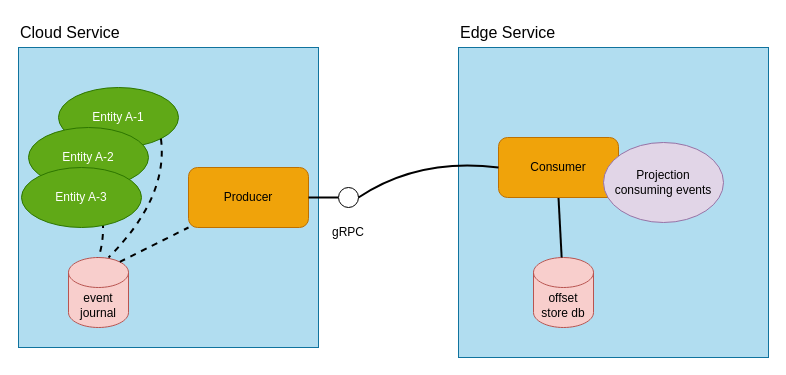
akka/akka-projection keeps this draw.io diagram as akka-edge-docs/src/main/paradox/images/edge-consumer.drawio. Above is the earlier version. Source tidied: cells renumbered, new cells numbered last; positions are measured from the earlier drawing's top-left corner, leaving out a move shared by most shapes. Both pictures are drawn from the tidied source at 100%, with x=0, y=0 at pixel (18, 17).
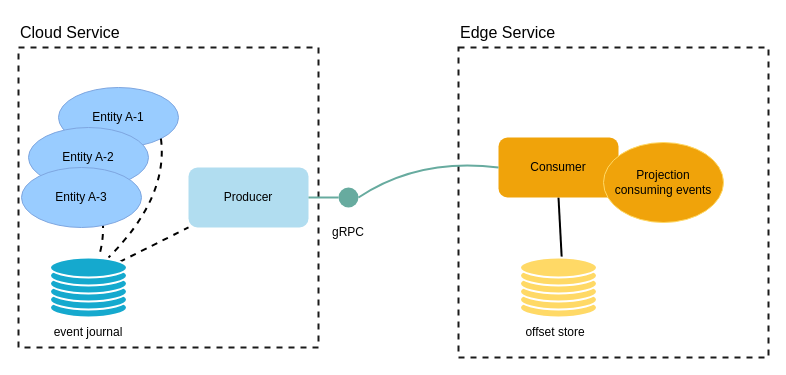
After the change.

What changed in the source:
```diff
@@
-    <mxCell id="2" style="whiteSpace=wrap;html=1;fillColor=#b1ddf0;strokeColor=#10739e;" parent="1" vertex="1">
-      <mxGeometry x="440" y="30" width="310" height="310" as="geometry" />
-    </mxCell>
-    <mxCell id="3" style="whiteSpace=wrap;html=1;fillColor=#b1ddf0;strokeColor=#10739e;" parent="1" vertex="1">
-      <mxGeometry y="30" width="300" height="300" as="geometry" />
-    </mxCell>
-    <mxCell id="4" value="offset store db" style="shape=cylinder3;whiteSpace=wrap;html=1;boundedLbl=1;backgroundOutline=1;size=15;fillColor=#f8cecc;strokeColor=#b85450;" parent="1" vertex="1">
-      <mxGeometry x="515" y="240" width="60" height="70" as="geometry" />
-    </mxCell>
-    <mxCell id="5" value="event journal" style="shape=cylinder3;whiteSpace=wrap;html=1;boundedLbl=1;backgroundOutline=1;size=15;fillColor=#f8cecc;strokeColor=#b85450;" parent="1" vertex="1">
-      <mxGeometry x="50" y="240" width="60" height="70" as="geometry" />
-    </mxCell>
+    <mxCell id="22" style="whiteSpace=wrap;html=1;fillColor=#FFFFFF;strokeColor=#1A1A1A;dashed=1;strokeWidth=2;" parent="1" vertex="1">
+      <mxGeometry x="440" y="30" width="310" height="310" as="geometry" />
+    </mxCell>
+    <mxCell id="23" style="whiteSpace=wrap;html=1;fillColor=#FFFFFF;strokeColor=#1A1A1A;dashed=1;strokeWidth=2;" parent="1" vertex="1">
+      <mxGeometry y="30" width="300" height="300" as="geometry" />
+    </mxCell>
-    <mxCell id="6" value="Producer" style="rounded=1;whiteSpace=wrap;html=1;fillColor=#f0a30a;fontColor=#000000;strokeColor=#BD7000;" parent="1" vertex="1">
+    <mxCell id="6" value="Producer" style="rounded=1;whiteSpace=wrap;html=1;fillColor=#b1ddf0;strokeColor=none;" parent="1" vertex="1">
       <mxGeometry x="170" y="150" width="120" height="60" as="geometry" />
     </mxCell>
-    <mxCell id="7" value="Entity A-1" style="ellipse;whiteSpace=wrap;html=1;fillColor=#60a917;strokeColor=#2D7600;fontColor=#ffffff;" parent="1" vertex="1">
+    <mxCell id="7" value="Entity A-1" style="ellipse;whiteSpace=wrap;html=1;fillColor=#99CCFF;strokeColor=#7EA6E0;fontColor=#000000;" parent="1" vertex="1">
       <mxGeometry x="40" y="70" width="120" height="60" as="geometry" />
     </mxCell>
-    <mxCell id="8" value="Entity A-2" style="ellipse;whiteSpace=wrap;html=1;fillColor=#60a917;strokeColor=#2D7600;fontColor=#ffffff;" parent="1" vertex="1">
+    <mxCell id="8" value="Entity A-2" style="ellipse;whiteSpace=wrap;html=1;fillColor=#99CCFF;strokeColor=#7EA6E0;fontColor=#000000;" parent="1" vertex="1">
       <mxGeometry x="10" y="110" width="120" height="60" as="geometry" />
     </mxCell>
-    <mxCell id="9" style="endArrow=none;html=1;exitX=0.567;exitY=0.983;exitDx=0;exitDy=0;exitPerimeter=0;entryX=0.5;entryY=0;entryDx=0;entryDy=0;entryPerimeter=0;strokeWidth=2;endFill=0;jumpStyle=none;strokeColor=default;dashed=1;curved=1;" parent="1" edge="1" source="8" target="5">
-      <mxGeometry relative="1" as="geometry">
-        <Array as="points">
-          <mxPoint x="90" y="210" />
-        </Array>
-      </mxGeometry>
-    </mxCell>
-    <mxCell id="10" style="endArrow=none;html=1;exitX=1;exitY=1;exitDx=0;exitDy=0;strokeWidth=2;endFill=0;dashed=1;curved=1;" parent="1" edge="1" source="7">
-      <mxGeometry relative="1" as="geometry">
-        <mxPoint x="90" y="240" as="targetPoint" />
-        <Array as="points">
-          <mxPoint x="150" y="180" />
-        </Array>
-      </mxGeometry>
-    </mxCell>
-    <mxCell id="11" style="endArrow=none;html=1;exitX=0.855;exitY=0;exitDx=0;exitDy=4.35;strokeWidth=2;endFill=0;exitPerimeter=0;curved=1;dashed=1;" parent="1" edge="1" source="5" target="6">
-      <mxGeometry relative="1" as="geometry" />
-    </mxCell>
-    <mxCell id="12" style="rounded=0;jettySize=auto;html=1;exitX=0.5;exitY=1;exitDx=0;exitDy=0;endArrow=none;endFill=0;strokeWidth=2;" parent="1" edge="1" source="13" target="4">
-      <mxGeometry relative="1" as="geometry" />
-    </mxCell>
+    <mxCell id="24" style="endArrow=none;html=1;exitX=0.567;exitY=0.983;exitDx=0;exitDy=0;exitPerimeter=0;entryX=0.5;entryY=0;entryDx=0;entryDy=0;entryPerimeter=0;strokeWidth=2;endFill=0;jumpStyle=none;strokeColor=default;dashed=1;curved=1;" parent="1" edge="1" source="8">
+      <mxGeometry relative="1" as="geometry">
+        <mxPoint x="80" y="240" as="targetPoint" />
+        <Array as="points">
+          <mxPoint x="90" y="210" />
+        </Array>
+      </mxGeometry>
+    </mxCell>
+    <mxCell id="25" style="endArrow=none;html=1;exitX=1;exitY=1;exitDx=0;exitDy=0;strokeWidth=2;endFill=0;dashed=1;curved=1;" parent="1" edge="1" source="7">
+      <mxGeometry relative="1" as="geometry">
+        <mxPoint x="90" y="240" as="targetPoint" />
+        <Array as="points">
+          <mxPoint x="150" y="180" />
+        </Array>
+      </mxGeometry>
+    </mxCell>
+    <mxCell id="26" style="endArrow=none;html=1;exitX=0.855;exitY=0;exitDx=0;exitDy=4.35;strokeWidth=2;endFill=0;exitPerimeter=0;curved=1;dashed=1;" parent="1" edge="1" target="6">
+      <mxGeometry relative="1" as="geometry">
+        <mxPoint x="101.3" y="244.3" as="sourcePoint" />
+      </mxGeometry>
+    </mxCell>
+    <mxCell id="27" style="rounded=0;jettySize=auto;html=1;exitX=0.5;exitY=1;exitDx=0;exitDy=0;endArrow=none;endFill=0;strokeWidth=2;" parent="1" edge="1" source="13">
+      <mxGeometry relative="1" as="geometry">
+        <mxPoint x="543.2" y="240" as="targetPoint" />
+      </mxGeometry>
+    </mxCell>
-    <mxCell id="13" value="Consumer" style="rounded=1;whiteSpace=wrap;html=1;fillColor=#f0a30a;fontColor=#000000;strokeColor=#BD7000;" parent="1" vertex="1">
+    <mxCell id="13" value="Consumer" style="rounded=1;whiteSpace=wrap;html=1;fillColor=#f0a30a;fontColor=#000000;strokeColor=none;" parent="1" vertex="1">
       <mxGeometry x="480" y="120" width="120" height="60" as="geometry" />
     </mxCell>
-    <mxCell id="14" style="endArrow=none;html=1;rounded=0;strokeWidth=2;endFill=0;entryX=0;entryY=0.5;entryDx=0;entryDy=0;exitX=1;exitY=0.5;exitDx=0;exitDy=0;" parent="1" edge="1" source="6" target="15">
-      <mxGeometry relative="1" as="geometry" />
-    </mxCell>
-    <mxCell id="15" style="ellipse;whiteSpace=wrap;html=1;" parent="1" vertex="1">
-      <mxGeometry x="320" y="170" width="20" height="20" as="geometry" />
-    </mxCell>
+    <mxCell id="28" style="endArrow=none;html=1;rounded=0;strokeWidth=2;endFill=0;entryX=0;entryY=0.5;entryDx=0;entryDy=0;exitX=1;exitY=0.5;exitDx=0;exitDy=0;fillColor=#f0a30a;strokeColor=#67AB9F;" parent="1" edge="1" source="6" target="29">
+      <mxGeometry relative="1" as="geometry" />
+    </mxCell>
+    <mxCell id="29" style="ellipse;whiteSpace=wrap;html=1;fillColor=#67AB9F;strokeColor=none;" parent="1" vertex="1">
+      <mxGeometry x="320" y="170" width="20" height="20" as="geometry" />
+    </mxCell>
@@
-    <mxCell id="17" style="endArrow=none;html=1;entryX=0;entryY=0.5;entryDx=0;entryDy=0;exitX=1;exitY=0.5;exitDx=0;exitDy=0;strokeWidth=2;curved=1;" parent="1" edge="1" source="15" target="13">
-      <mxGeometry relative="1" as="geometry">
-        <Array as="points">
-          <mxPoint x="400" y="140" />
-        </Array>
-      </mxGeometry>
-    </mxCell>
+    <mxCell id="30" style="endArrow=none;html=1;entryX=0;entryY=0.5;entryDx=0;entryDy=0;exitX=1;exitY=0.5;exitDx=0;exitDy=0;strokeWidth=2;curved=1;strokeColor=#67AB9F;fillColor=#f0a30a;" parent="1" edge="1" source="29" target="13">
+      <mxGeometry relative="1" as="geometry">
+        <Array as="points">
+          <mxPoint x="400" y="140" />
+        </Array>
+      </mxGeometry>
+    </mxCell>
-    <mxCell id="18" value="Entity A-3" style="ellipse;whiteSpace=wrap;html=1;fillColor=#60a917;strokeColor=#2D7600;fontColor=#ffffff;" parent="1" vertex="1">
+    <mxCell id="18" value="Entity A-3" style="ellipse;whiteSpace=wrap;html=1;fillColor=#99CCFF;strokeColor=#7EA6E0;fontColor=#000000;" parent="1" vertex="1">
       <mxGeometry x="3" y="150" width="120" height="60" as="geometry" />
     </mxCell>
-    <mxCell id="19" value="Projection &lt;br&gt;consuming events" style="ellipse;whiteSpace=wrap;html=1;fillColor=#e1d5e7;strokeColor=#9673a6;" parent="1" vertex="1">
+    <mxCell id="19" value="Projection &lt;br&gt;consuming events" style="ellipse;whiteSpace=wrap;html=1;fillColor=#f0a30a;strokeColor=#FFD966;fontColor=#000000;" parent="1" vertex="1">
       <mxGeometry x="585" y="125" width="120" height="80" as="geometry" />
     </mxCell>
@@
+    <mxCell id="31" style="group;" parent="1" vertex="1">
+      <mxGeometry x="31.5" y="240" width="77" height="60" as="geometry" />
+    </mxCell>
+    <mxCell id="32" style="ellipse;whiteSpace=wrap;html=1;fillColor=#15a9ce;strokeColor=#FFFFFF;strokeWidth=2;" parent="31" vertex="1">
+      <mxGeometry y="40" width="77" height="20" as="geometry" />
+    </mxCell>
+    <mxCell id="33" style="ellipse;whiteSpace=wrap;html=1;fillColor=#15a9ce;strokeColor=#FFFFFF;strokeWidth=2;" parent="31" vertex="1">
+      <mxGeometry y="32" width="77" height="20" as="geometry" />
+    </mxCell>
+    <mxCell id="34" style="ellipse;whiteSpace=wrap;html=1;fillColor=#15a9ce;strokeColor=#FFFFFF;strokeWidth=2;" parent="31" vertex="1">
+      <mxGeometry y="24" width="77" height="20" as="geometry" />
+    </mxCell>
+    <mxCell id="35" style="ellipse;whiteSpace=wrap;html=1;fillColor=#15a9ce;strokeColor=#FFFFFF;strokeWidth=2;" parent="31" vertex="1">
+      <mxGeometry y="16" width="77" height="20" as="geometry" />
+    </mxCell>
+    <mxCell id="36" style="ellipse;whiteSpace=wrap;html=1;fillColor=#15a9ce;strokeColor=#FFFFFF;strokeWidth=2;" parent="31" vertex="1">
+      <mxGeometry y="8" width="77" height="20" as="geometry" />
+    </mxCell>
+    <mxCell id="37" style="ellipse;whiteSpace=wrap;html=1;fillColor=#15a9ce;strokeColor=#FFFFFF;strokeWidth=2;" parent="31" vertex="1">
+      <mxGeometry width="77" height="20" as="geometry" />
+    </mxCell>
+    <mxCell id="5" value="event journal" style="text;html=1;strokeColor=none;fillColor=none;align=center;verticalAlign=middle;whiteSpace=wrap;rounded=0;" parent="1" vertex="1">
+      <mxGeometry x="22.2" y="300" width="95.5" height="30" as="geometry" />
+    </mxCell>
+    <mxCell id="38" style="ellipse;whiteSpace=wrap;html=1;fillColor=#FFD966;strokeColor=#FFFFFF;strokeWidth=2;" parent="1" vertex="1">
+      <mxGeometry x="501.5" y="280" width="77" height="20" as="geometry" />
+    </mxCell>
+    <mxCell id="39" style="ellipse;whiteSpace=wrap;html=1;fillColor=#FFD966;strokeColor=#FFFFFF;strokeWidth=2;" parent="1" vertex="1">
+      <mxGeometry x="501.5" y="272" width="77" height="20" as="geometry" />
+    </mxCell>
+    <mxCell id="40" style="ellipse;whiteSpace=wrap;html=1;fillColor=#FFD966;strokeColor=#FFFFFF;strokeWidth=2;" parent="1" vertex="1">
+      <mxGeometry x="501.5" y="264" width="77" height="20" as="geometry" />
+    </mxCell>
+    <mxCell id="41" style="ellipse;whiteSpace=wrap;html=1;fillColor=#FFD966;strokeColor=#FFFFFF;strokeWidth=2;" parent="1" vertex="1">
+      <mxGeometry x="501.5" y="256" width="77" height="20" as="geometry" />
+    </mxCell>
+    <mxCell id="42" style="ellipse;whiteSpace=wrap;html=1;fillColor=#FFD966;strokeColor=#FFFFFF;strokeWidth=2;" parent="1" vertex="1">
+      <mxGeometry x="501.5" y="248" width="77" height="20" as="geometry" />
+    </mxCell>
+    <mxCell id="43" style="ellipse;whiteSpace=wrap;html=1;fillColor=#FFD966;strokeColor=#FFFFFF;strokeWidth=2;" parent="1" vertex="1">
+      <mxGeometry x="501.5" y="240" width="77" height="20" as="geometry" />
+    </mxCell>
+    <mxCell id="44" value="offset store" style="text;html=1;strokeColor=none;fillColor=none;align=center;verticalAlign=middle;whiteSpace=wrap;rounded=0;" parent="1" vertex="1">
+      <mxGeometry x="489.2" y="300" width="95.5" height="30" as="geometry" />
+    </mxCell>
```
